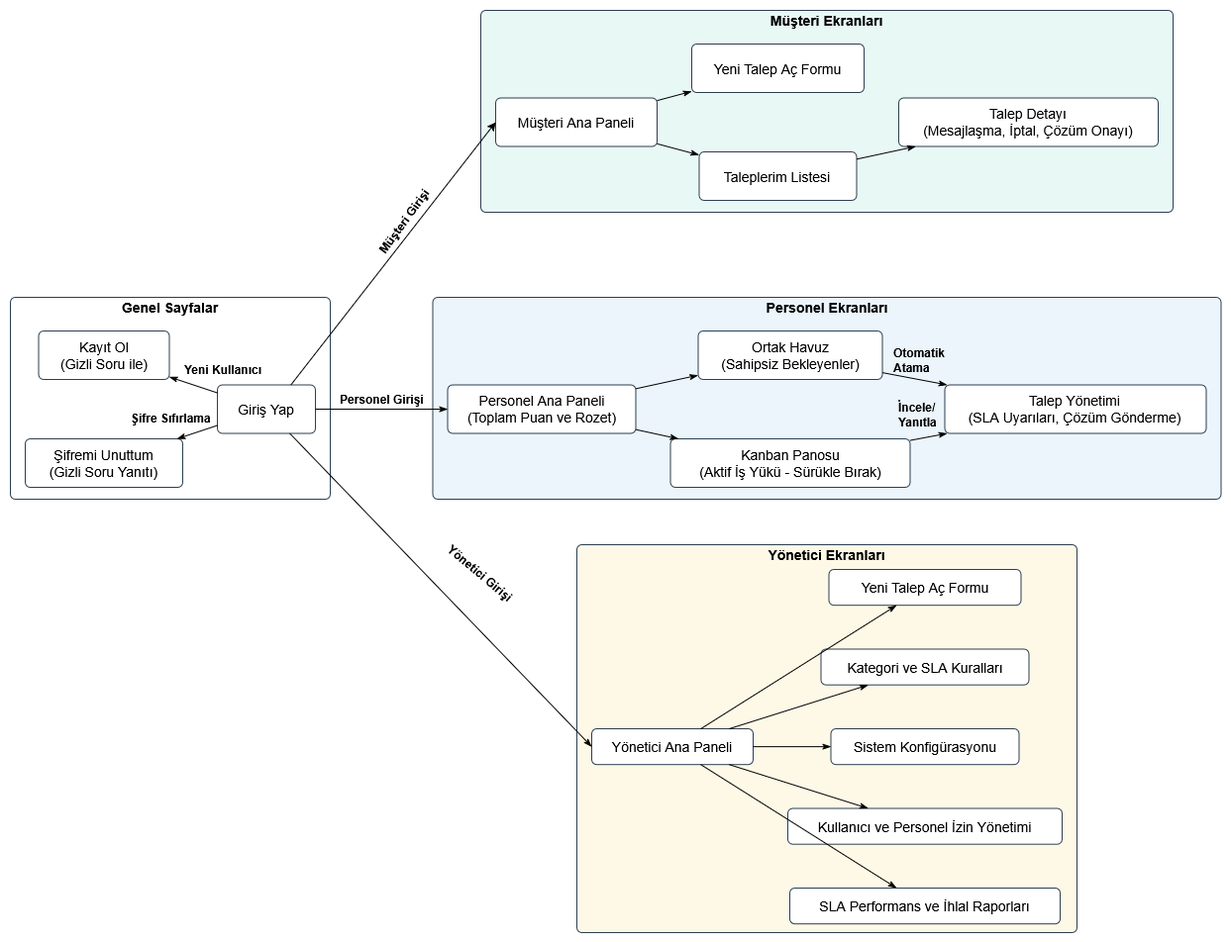
This is docs/images/interfacepagemape.png from BerkayBaskara/destek-talebi-sistemi, a draw.io export, as it was before one commit. Source tidied: cells renumbered, new cells last; positions are measured from the earlier drawing's top-left corner, leaving out a move shared by most shapes.
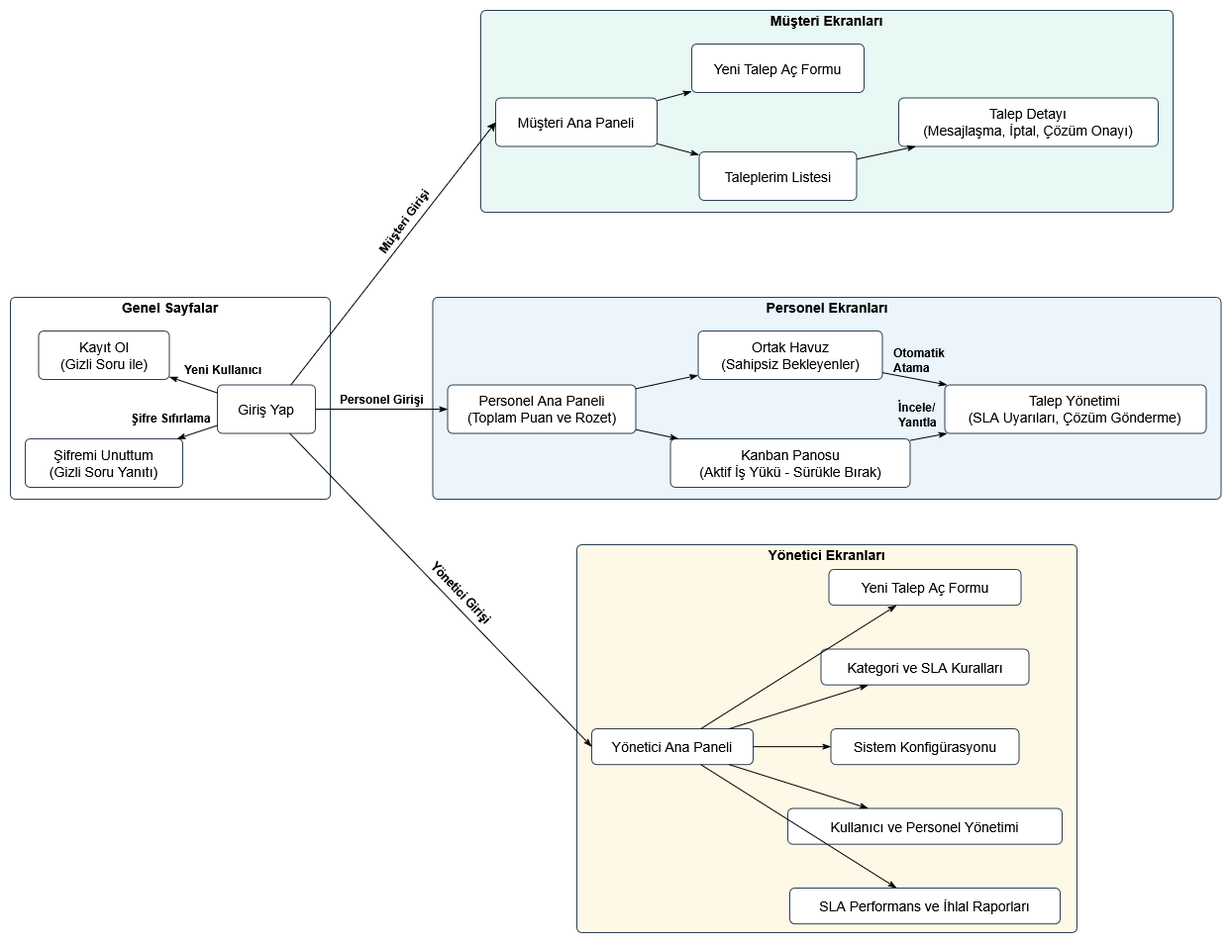
Later version of the same file.

Commit message:
interfacepagemape.png dosyası değiştirldi

The edit, as a diff of the source:
```diff
@@ -6,7 +6,7 @@
       <mxGeometry as="geometry" />
     </mxCell>
     <mxCell id="3" value="Genel Sayfalar" style="rounded=1;absoluteArcSize=1;arcSize=10;fillColor=#FFFFFF;strokeColor=#2C3E50;verticalAlign=top;align=center;spacingTop=-4;fontSize=14;fontStyle=1;whiteSpace=wrap;shadow=0;strokeWidth=1;fontColor=#000000;fontFamily=Arial;" parent="2" vertex="1">
-      <mxGeometry x="10" y="330" width="323" height="204" as="geometry" />
+      <mxGeometry x="50" y="370" width="323" height="204" as="geometry" />
     </mxCell>
     <mxCell id="4" value="Giriş Yap" style="rounded=1;absoluteArcSize=1;arcSize=10;strokeWidth=1;fillColor=#FFFFFF;strokeColor=#2C3E50;whiteSpace=wrap;fontSize=14;shadow=0;fontColor=#000000;fontFamily=Arial;" parent="3" vertex="1">
       <mxGeometry x="209" y="88.5" width="99" height="49" as="geometry" />
@@ -30,7 +30,7 @@
       <mxGeometry x="120" y="109" width="99" height="28.5" as="geometry" />
     </mxCell>
     <mxCell id="11" value="Müşteri Ekranları" style="rounded=1;absoluteArcSize=1;arcSize=10;fillColor=#E8F8F5;strokeColor=#2C3E50;verticalAlign=top;align=center;spacingTop=-4;fontSize=14;fontStyle=1;whiteSpace=wrap;shadow=0;strokeWidth=1;fontColor=#000000;fontFamily=Arial;" parent="2" vertex="1">
-      <mxGeometry x="485" y="40" width="699" height="204" as="geometry" />
+      <mxGeometry x="525" y="80" width="699" height="204" as="geometry" />
     </mxCell>
     <mxCell id="12" value="Müşteri Ana Paneli" style="rounded=1;absoluteArcSize=1;arcSize=10;strokeWidth=1;fillColor=#FFFFFF;strokeColor=#2C3E50;whiteSpace=wrap;fontSize=14;shadow=0;fontColor=#000000;fontFamily=Arial;" parent="11" vertex="1">
       <mxGeometry x="15" y="88.5" width="163" height="49" as="geometry" />
@@ -54,7 +54,7 @@
       <mxGeometry relative="1" as="geometry" />
     </mxCell>
     <mxCell id="19" value="Personel Ekranları" style="rounded=1;absoluteArcSize=1;arcSize=10;fillColor=#EBF5FB;strokeColor=#2C3E50;verticalAlign=top;align=center;spacingTop=-4;fontSize=14;fontStyle=1;whiteSpace=wrap;shadow=0;strokeWidth=1;fontColor=#000000;fontFamily=Arial;" parent="2" vertex="1">
-      <mxGeometry x="436.5" y="330" width="796" height="204" as="geometry" />
+      <mxGeometry x="476.5" y="370" width="796" height="204" as="geometry" />
     </mxCell>
     <mxCell id="20" value="Personel Ana Paneli&#10;(Toplam Puan ve Rozet)" style="rounded=1;absoluteArcSize=1;arcSize=10;strokeWidth=1;fillColor=#FFFFFF;strokeColor=#2C3E50;whiteSpace=wrap;fontSize=14;shadow=0;fontColor=#000000;fontFamily=Arial;" parent="19" vertex="1">
       <mxGeometry x="15" y="88.5" width="190" height="49" as="geometry" />
@@ -87,7 +87,7 @@
       <mxGeometry x="468.5" y="97.5" width="60" height="40" as="geometry" />
     </mxCell>
     <mxCell id="30" value="Yönetici Ekranları" style="rounded=1;absoluteArcSize=1;arcSize=10;fillColor=#FEF9E7;strokeColor=#2C3E50;verticalAlign=top;align=center;spacingTop=-4;fontSize=14;fontStyle=1;whiteSpace=wrap;shadow=0;strokeWidth=1;fontColor=#000000;fontFamily=Arial;" parent="2" vertex="1">
-      <mxGeometry x="582" y="580" width="505" height="392" as="geometry" />
+      <mxGeometry x="622" y="620" width="505" height="392" as="geometry" />
     </mxCell>
     <mxCell id="31" value="Yönetici Ana Paneli" style="rounded=1;absoluteArcSize=1;arcSize=10;strokeWidth=1;fillColor=#FFFFFF;strokeColor=#2C3E50;whiteSpace=wrap;fontSize=14;shadow=0;fontColor=#000000;fontFamily=Arial;" parent="30" vertex="1">
       <mxGeometry x="15" y="186" width="163" height="36.2" as="geometry" />
@@ -101,9 +101,9 @@
     <mxCell id="34" value="Sistem Konfigürasyonu" style="rounded=1;absoluteArcSize=1;arcSize=10;strokeWidth=1;fillColor=#FFFFFF;strokeColor=#2C3E50;whiteSpace=wrap;fontSize=14;shadow=0;fontColor=#000000;fontFamily=Arial;" parent="30" vertex="1">
       <mxGeometry x="256.5" y="186" width="190" height="36.2" as="geometry" />
     </mxCell>
-    <mxCell id="35" value="Kullanıcı ve Personel İzin Yönetimi" style="rounded=1;absoluteArcSize=1;arcSize=10;strokeWidth=1;fillColor=#FFFFFF;strokeColor=#2C3E50;whiteSpace=wrap;fontSize=14;shadow=0;fontColor=#000000;fontFamily=Arial;" parent="30" vertex="1">
-      <mxGeometry x="213" y="266.5" width="277" height="36.2" as="geometry" />
-    </mxCell>
+    <mxCell id="48" value="Kullanıcı ve Personel Yönetimi" style="rounded=1;absoluteArcSize=1;arcSize=10;strokeWidth=1;fillColor=#FFFFFF;strokeColor=#2C3E50;whiteSpace=wrap;fontSize=14;shadow=0;fontColor=#000000;fontFamily=Arial;" parent="30" vertex="1">
+      <mxGeometry x="213" y="266.5" width="277" height="36.2" as="geometry" />
+    </mxCell>
     <mxCell id="36" value="SLA Performans ve İhlal Raporları" style="rounded=1;absoluteArcSize=1;arcSize=10;strokeWidth=1;fillColor=#FFFFFF;strokeColor=#2C3E50;whiteSpace=wrap;fontSize=14;shadow=0;fontColor=#000000;fontFamily=Arial;" parent="30" vertex="1">
       <mxGeometry x="215" y="347" width="273" height="36.2" as="geometry" />
     </mxCell>
@@ -116,9 +116,9 @@
     <mxCell id="39" style="strokeColor=#000000;fontColor=#000000;fontSize=13;html=1;endArrow=classicThin;endFill=1;strokeWidth=1;fontFamily=Verdana;curved=0;rounded=0;endSize=6;sourcePerimeterSpacing=0;targetPerimeterSpacing=0;" parent="30" edge="1" source="31" target="34">
       <mxGeometry relative="1" as="geometry" />
     </mxCell>
-    <mxCell id="40" style="strokeColor=#000000;fontColor=#000000;fontSize=13;html=1;endArrow=classicThin;endFill=1;strokeWidth=1;fontFamily=Verdana;curved=0;rounded=0;endSize=6;sourcePerimeterSpacing=0;targetPerimeterSpacing=0;" parent="30" edge="1" source="31" target="35">
-      <mxGeometry relative="1" as="geometry" />
-    </mxCell>
+    <mxCell id="49" style="strokeColor=#000000;fontColor=#000000;fontSize=13;html=1;endArrow=classicThin;endFill=1;strokeWidth=1;fontFamily=Verdana;curved=0;rounded=0;endSize=6;sourcePerimeterSpacing=0;targetPerimeterSpacing=0;" parent="30" edge="1" source="31" target="48">
+      <mxGeometry relative="1" as="geometry" />
+    </mxCell>
     <mxCell id="41" style="strokeColor=#000000;fontColor=#000000;fontSize=13;html=1;endArrow=classicThin;endFill=1;strokeWidth=1;fontFamily=Verdana;curved=0;rounded=0;endSize=6;sourcePerimeterSpacing=0;targetPerimeterSpacing=0;" parent="30" edge="1" source="31" target="36">
       <mxGeometry relative="1" as="geometry" />
     </mxCell>
@@ -131,14 +131,14 @@
     <mxCell id="44" style="rounded=0;jettySize=auto;html=1;exitX=0.75;exitY=0;exitDx=0;exitDy=0;entryX=0;entryY=0.5;entryDx=0;entryDy=0;" parent="2" edge="1" source="4" target="12">
       <mxGeometry relative="1" as="geometry" />
     </mxCell>
-    <mxCell id="45" value="&lt;b&gt;Yönetici Girişi&lt;/b&gt;" style="text;whiteSpace=wrap;html=1;rotation=40;" parent="2" vertex="1">
-      <mxGeometry x="440" y="600" width="99" height="28.5" as="geometry" />
+    <mxCell id="45" value="&lt;b&gt;Yönetici Girişi&lt;/b&gt;" style="text;whiteSpace=wrap;html=1;rotation=46;" parent="2" vertex="1">
+      <mxGeometry x="460" y="660" width="99" height="28.5" as="geometry" />
     </mxCell>
     <mxCell id="46" value="&lt;b&gt;Personel Girişi&lt;/b&gt;" style="text;whiteSpace=wrap;html=1;" parent="2" vertex="1">
-      <mxGeometry x="341" y="420" width="99" height="28.5" as="geometry" />
+      <mxGeometry x="381" y="460" width="99" height="28.5" as="geometry" />
     </mxCell>
     <mxCell id="47" value="&lt;b&gt;Müşteri Girişi&lt;/b&gt;" style="text;whiteSpace=wrap;html=1;rotation=-54;" parent="2" vertex="1">
-      <mxGeometry x="365" y="221" width="120" height="40" as="geometry" />
+      <mxGeometry x="405" y="261" width="120" height="40" as="geometry" />
     </mxCell>
   </root>
 </mxGraphModel>
```
